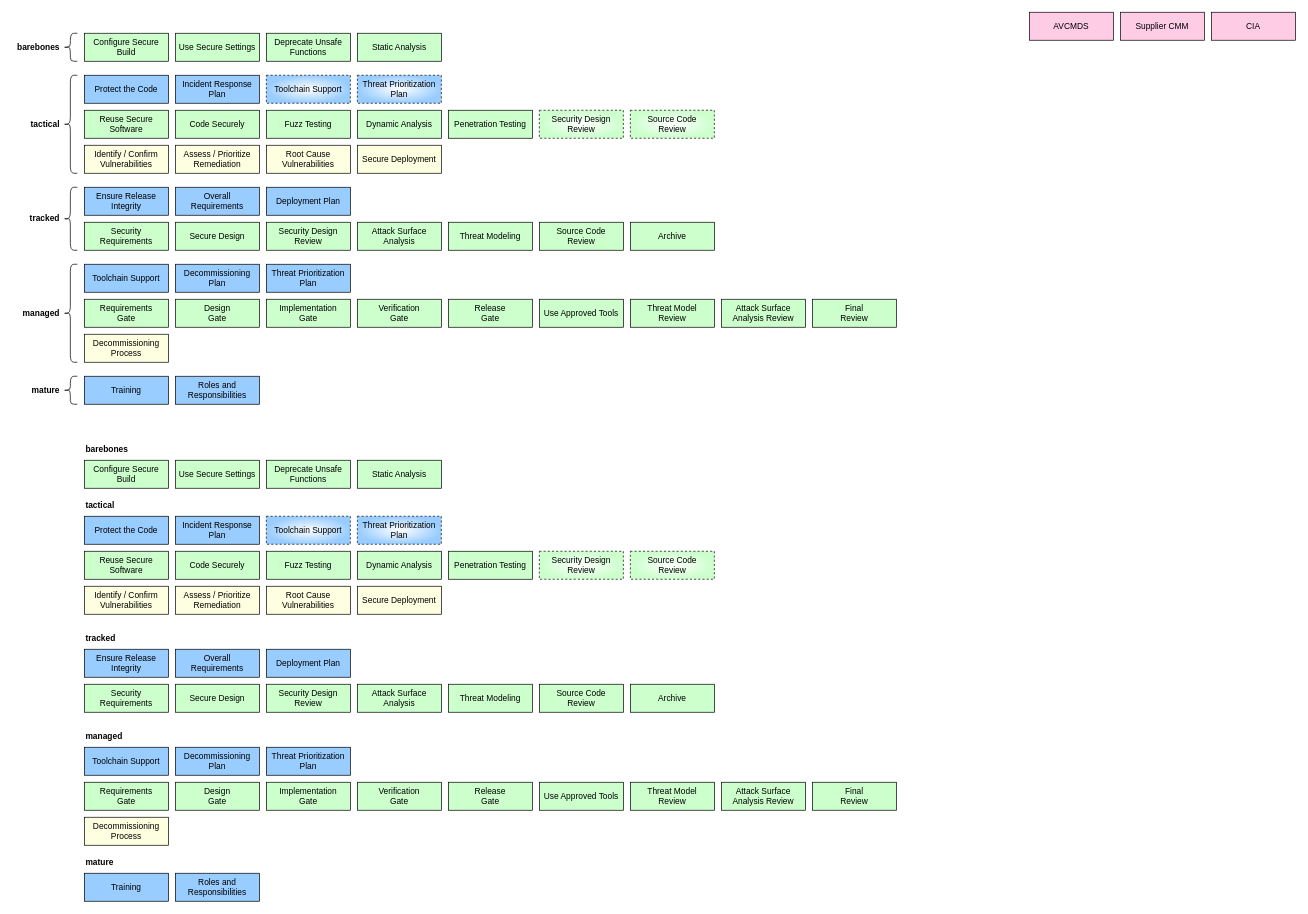
nutonomy/AVCDL keeps this draw.io diagram as page "buckets" (1 of 4) of source/reference_documents/elaboration_documents/Incremental AVCDL Adoption/images/source/incremental adoption.drawio. Above is the earlier version. Source tidied: cells renumbered, new cells numbered last; positions are measured from the earlier drawing's top-left corner, leaving out a move shared by most shapes. Both pictures are drawn from the tidied source at 70%, with x=0, y=0 at pixel (12, 12).
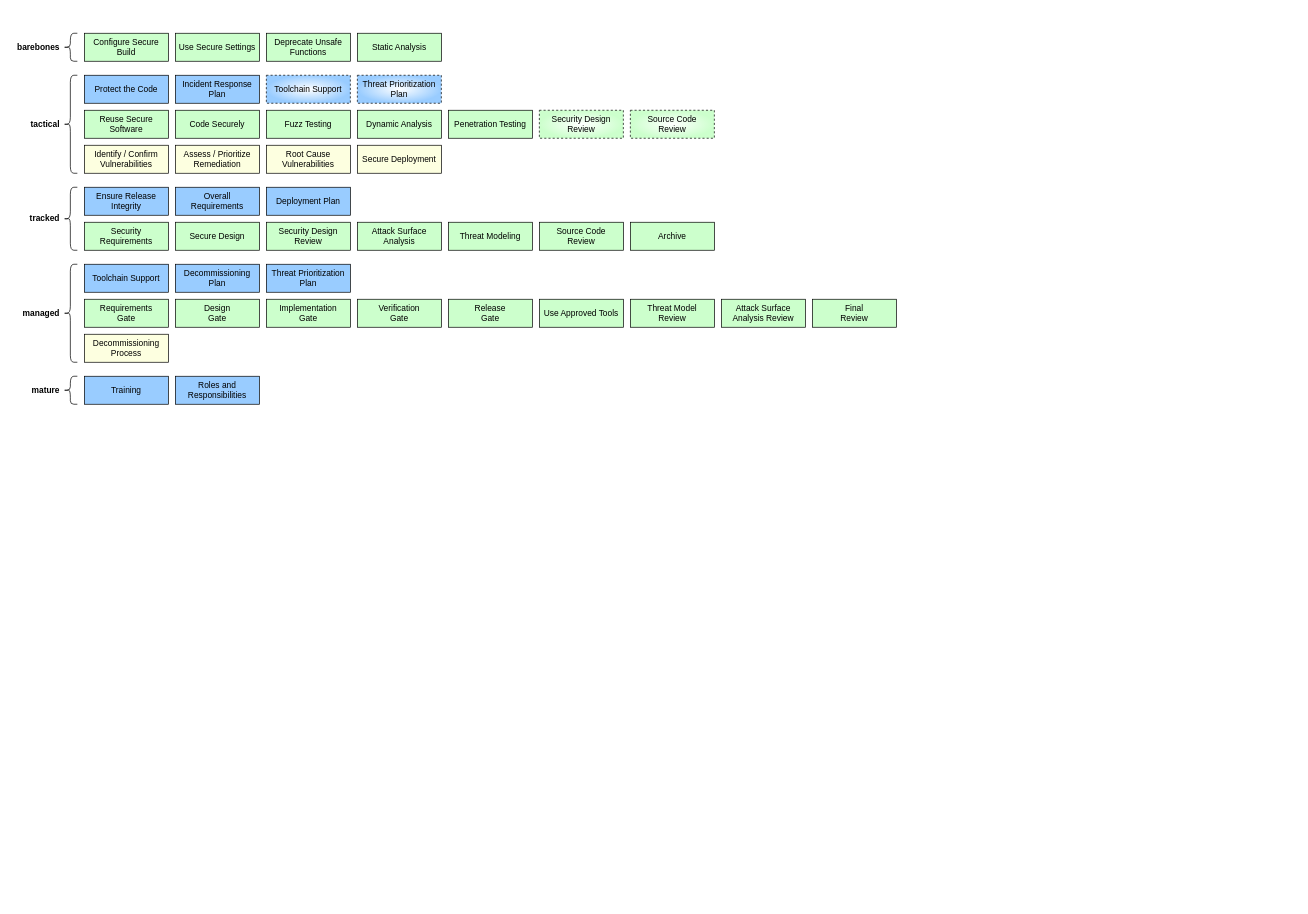
The same diagram, later.

Commit message (it also covers changes not shown here):
updated incremental adoption source diagram (split top / left labels) / generated 300dpi images for spectrum and full left label images

Change to the diagram source:
```diff
@@
-    <mxCell id="47" value="AVCMDS" style="rounded=0;whiteSpace=wrap;html=1;fillColor=#FFCCE6;" parent="1" vertex="1">
-      <mxGeometry x="1453" width="120" height="40" as="geometry" />
-    </mxCell>
-    <mxCell id="48" value="CIA" style="rounded=0;whiteSpace=wrap;html=1;fillColor=#FFCCE6;" parent="1" vertex="1">
-      <mxGeometry x="1713" width="120" height="40" as="geometry" />
-    </mxCell>
-    <mxCell id="49" value="Supplier CMM" style="rounded=0;whiteSpace=wrap;html=1;fillColor=#FFCCE6;" parent="1" vertex="1">
-      <mxGeometry x="1583" width="120" height="40" as="geometry" />
-    </mxCell>
@@
-    <mxCell id="59" value="Roles and Responsibilities" style="rounded=0;whiteSpace=wrap;html=1;fillColor=#99CCFF;" parent="1" vertex="1">
-      <mxGeometry x="233" y="1230" width="120" height="40" as="geometry" />
-    </mxCell>
-    <mxCell id="60" value="&lt;b&gt;barebones&lt;/b&gt;" style="text;html=1;strokeColor=none;fillColor=none;align=left;verticalAlign=middle;whiteSpace=wrap;rounded=0;" parent="1" vertex="1">
-      <mxGeometry x="103" y="610" width="70" height="30" as="geometry" />
-    </mxCell>
-    <mxCell id="61" value="Training" style="rounded=0;whiteSpace=wrap;html=1;fillColor=#99CCFF;" parent="1" vertex="1">
-      <mxGeometry x="103" y="1230" width="120" height="40" as="geometry" />
-    </mxCell>
-    <mxCell id="62" value="Toolchain Support" style="rounded=0;whiteSpace=wrap;html=1;fillColor=#99CCFF;" parent="1" vertex="1">
-      <mxGeometry x="103" y="1050" width="120" height="40" as="geometry" />
-    </mxCell>
-    <mxCell id="63" value="Overall&lt;br&gt;Requirements" style="rounded=0;whiteSpace=wrap;html=1;fillColor=#99CCFF;" parent="1" vertex="1">
-      <mxGeometry x="233" y="910" width="120" height="40" as="geometry" />
-    </mxCell>
-    <mxCell id="64" value="Protect the Code" style="rounded=0;whiteSpace=wrap;html=1;fillColor=#99CCFF;" parent="1" vertex="1">
-      <mxGeometry x="103" y="720" width="120" height="40" as="geometry" />
-    </mxCell>
-    <mxCell id="65" value="Ensure Release Integrity" style="rounded=0;whiteSpace=wrap;html=1;fillColor=#99CCFF;" parent="1" vertex="1">
-      <mxGeometry x="103" y="910" width="120" height="40" as="geometry" />
-    </mxCell>
-    <mxCell id="66" value="Incident Response Plan" style="rounded=0;whiteSpace=wrap;html=1;fillColor=#99CCFF;" parent="1" vertex="1">
-      <mxGeometry x="233" y="720" width="120" height="40" as="geometry" />
-    </mxCell>
-    <mxCell id="67" value="Decommissioning Plan" style="rounded=0;whiteSpace=wrap;html=1;fillColor=#99CCFF;" parent="1" vertex="1">
-      <mxGeometry x="233" y="1050" width="120" height="40" as="geometry" />
-    </mxCell>
-    <mxCell id="68" value="Threat Prioritization Plan" style="rounded=0;whiteSpace=wrap;html=1;fillColor=#99CCFF;" parent="1" vertex="1">
-      <mxGeometry x="363" y="1050" width="120" height="40" as="geometry" />
-    </mxCell>
-    <mxCell id="69" value="Deployment Plan" style="rounded=0;whiteSpace=wrap;html=1;fillColor=#99CCFF;" parent="1" vertex="1">
-      <mxGeometry x="363" y="910" width="120" height="40" as="geometry" />
-    </mxCell>
-    <mxCell id="70" value="Security&lt;br&gt;Requirements" style="rounded=0;whiteSpace=wrap;html=1;fillColor=#CCFFCC;" parent="1" vertex="1">
-      <mxGeometry x="103" y="960" width="120" height="40" as="geometry" />
-    </mxCell>
-    <mxCell id="71" value="Secure Design" style="rounded=0;whiteSpace=wrap;html=1;fillColor=#CCFFCC;" parent="1" vertex="1">
-      <mxGeometry x="233" y="960" width="120" height="40" as="geometry" />
-    </mxCell>
-    <mxCell id="72" value="Security Design Review" style="rounded=0;whiteSpace=wrap;html=1;fillColor=#CCFFCC;" parent="1" vertex="1">
-      <mxGeometry x="363" y="960" width="120" height="40" as="geometry" />
-    </mxCell>
-    <mxCell id="73" value="Attack Surface Analysis" style="rounded=0;whiteSpace=wrap;html=1;fillColor=#CCFFCC;" parent="1" vertex="1">
-      <mxGeometry x="493" y="960" width="120" height="40" as="geometry" />
-    </mxCell>
-    <mxCell id="74" value="Threat Modeling" style="rounded=0;whiteSpace=wrap;html=1;fillColor=#CCFFCC;" parent="1" vertex="1">
-      <mxGeometry x="623" y="960" width="120" height="40" as="geometry" />
-    </mxCell>
-    <mxCell id="75" value="Requirements&lt;br&gt;Gate" style="rounded=0;whiteSpace=wrap;html=1;fillColor=#CCFFCC;" parent="1" vertex="1">
-      <mxGeometry x="103" y="1100" width="120" height="40" as="geometry" />
-    </mxCell>
-    <mxCell id="76" value="Design&lt;br&gt;Gate" style="rounded=0;whiteSpace=wrap;html=1;fillColor=#CCFFCC;" parent="1" vertex="1">
-      <mxGeometry x="233" y="1100" width="120" height="40" as="geometry" />
-    </mxCell>
-    <mxCell id="77" value="Implementation&lt;br&gt;Gate" style="rounded=0;whiteSpace=wrap;html=1;fillColor=#CCFFCC;" parent="1" vertex="1">
-      <mxGeometry x="363" y="1100" width="120" height="40" as="geometry" />
-    </mxCell>
-    <mxCell id="78" value="Verification&lt;br&gt;Gate" style="rounded=0;whiteSpace=wrap;html=1;fillColor=#CCFFCC;" parent="1" vertex="1">
-      <mxGeometry x="493" y="1100" width="120" height="40" as="geometry" />
-    </mxCell>
-    <mxCell id="79" value="Release&lt;br&gt;Gate" style="rounded=0;whiteSpace=wrap;html=1;fillColor=#CCFFCC;" parent="1" vertex="1">
-      <mxGeometry x="623" y="1100" width="120" height="40" as="geometry" />
-    </mxCell>
-    <mxCell id="80" value="Configure Secure Build" style="rounded=0;whiteSpace=wrap;html=1;fillColor=#CCFFCC;" parent="1" vertex="1">
-      <mxGeometry x="103" y="640" width="120" height="40" as="geometry" />
-    </mxCell>
-    <mxCell id="81" value="Use Secure Settings" style="rounded=0;whiteSpace=wrap;html=1;fillColor=#CCFFCC;" parent="1" vertex="1">
-      <mxGeometry x="233" y="640" width="120" height="40" as="geometry" />
-    </mxCell>
-    <mxCell id="82" value="Code Securely" style="rounded=0;whiteSpace=wrap;html=1;fillColor=#CCFFCC;" parent="1" vertex="1">
-      <mxGeometry x="233" y="770" width="120" height="40" as="geometry" />
-    </mxCell>
-    <mxCell id="83" value="Deprecate Unsafe Functions" style="rounded=0;whiteSpace=wrap;html=1;fillColor=#CCFFCC;" parent="1" vertex="1">
-      <mxGeometry x="363" y="640" width="120" height="40" as="geometry" />
-    </mxCell>
-    <mxCell id="84" value="Static Analysis" style="rounded=0;whiteSpace=wrap;html=1;fillColor=#CCFFCC;" parent="1" vertex="1">
-      <mxGeometry x="493" y="640" width="120" height="40" as="geometry" />
-    </mxCell>
-    <mxCell id="85" value="Dynamic Analysis" style="rounded=0;whiteSpace=wrap;html=1;fillColor=#CCFFCC;" parent="1" vertex="1">
-      <mxGeometry x="493" y="770" width="120" height="40" as="geometry" />
-    </mxCell>
-    <mxCell id="86" value="Fuzz Testing" style="rounded=0;whiteSpace=wrap;html=1;fillColor=#CCFFCC;" parent="1" vertex="1">
-      <mxGeometry x="363" y="770" width="120" height="40" as="geometry" />
-    </mxCell>
-    <mxCell id="87" value="Source Code&lt;br&gt;Review" style="rounded=0;whiteSpace=wrap;html=1;fillColor=#CCFFCC;" parent="1" vertex="1">
-      <mxGeometry x="753" y="960" width="120" height="40" as="geometry" />
-    </mxCell>
-    <mxCell id="88" value="Penetration Testing" style="rounded=0;whiteSpace=wrap;html=1;fillColor=#CCFFCC;" parent="1" vertex="1">
-      <mxGeometry x="623" y="770" width="120" height="40" as="geometry" />
-    </mxCell>
-    <mxCell id="89" value="Archive" style="rounded=0;whiteSpace=wrap;html=1;fillColor=#CCFFCC;" parent="1" vertex="1">
-      <mxGeometry x="883" y="960" width="120" height="40" as="geometry" />
-    </mxCell>
-    <mxCell id="90" value="Identify / Confirm Vulnerabilities" style="rounded=0;whiteSpace=wrap;html=1;fillColor=#FDFFE0;" parent="1" vertex="1">
-      <mxGeometry x="103" y="820" width="120" height="40" as="geometry" />
-    </mxCell>
-    <mxCell id="91" value="Assess / Prioritize Remediation" style="rounded=0;whiteSpace=wrap;html=1;fillColor=#FDFFE0;" parent="1" vertex="1">
-      <mxGeometry x="233" y="820" width="120" height="40" as="geometry" />
-    </mxCell>
-    <mxCell id="92" value="Root Cause Vulnerabilities" style="rounded=0;whiteSpace=wrap;html=1;fillColor=#FDFFE0;" parent="1" vertex="1">
-      <mxGeometry x="363" y="820" width="120" height="40" as="geometry" />
-    </mxCell>
-    <mxCell id="93" value="Decommissioning Process" style="rounded=0;whiteSpace=wrap;html=1;fillColor=#FDFFE0;" parent="1" vertex="1">
-      <mxGeometry x="103" y="1150" width="120" height="40" as="geometry" />
-    </mxCell>
-    <mxCell id="94" value="&lt;b&gt;tactical&lt;/b&gt;" style="text;html=1;strokeColor=none;fillColor=none;align=left;verticalAlign=middle;whiteSpace=wrap;rounded=0;" parent="1" vertex="1">
-      <mxGeometry x="103" y="690" width="70" height="30" as="geometry" />
-    </mxCell>
-    <mxCell id="95" value="&lt;b&gt;tracked&lt;/b&gt;" style="text;html=1;strokeColor=none;fillColor=none;align=left;verticalAlign=middle;whiteSpace=wrap;rounded=0;" parent="1" vertex="1">
-      <mxGeometry x="103" y="880" width="70" height="30" as="geometry" />
-    </mxCell>
-    <mxCell id="96" value="&lt;b&gt;managed&lt;/b&gt;" style="text;html=1;strokeColor=none;fillColor=none;align=left;verticalAlign=middle;whiteSpace=wrap;rounded=0;" parent="1" vertex="1">
-      <mxGeometry x="103" y="1020" width="70" height="30" as="geometry" />
-    </mxCell>
-    <mxCell id="97" value="&lt;b&gt;mature&lt;/b&gt;" style="text;html=1;strokeColor=none;fillColor=none;align=left;verticalAlign=middle;whiteSpace=wrap;rounded=0;" parent="1" vertex="1">
-      <mxGeometry x="103" y="1200" width="70" height="30" as="geometry" />
-    </mxCell>
-    <mxCell id="98" value="Reuse Secure Software" style="rounded=0;whiteSpace=wrap;html=1;fillColor=#CCFFCC;" parent="1" vertex="1">
-      <mxGeometry x="103" y="770" width="120" height="40" as="geometry" />
-    </mxCell>
-    <mxCell id="99" value="Secure Deployment" style="rounded=0;whiteSpace=wrap;html=1;fillColor=#FDFFE0;" parent="1" vertex="1">
-      <mxGeometry x="493" y="820" width="120" height="40" as="geometry" />
-    </mxCell>
-    <mxCell id="100" value="Security Design Review" style="rounded=0;whiteSpace=wrap;html=1;fillColor=#FFFFFF;labelBorderColor=none;dashed=1;gradientColor=#CCFFCC;gradientDirection=radial;" parent="1" vertex="1">
-      <mxGeometry x="753" y="770" width="120" height="40" as="geometry" />
-    </mxCell>
-    <mxCell id="101" value="Source Code&lt;br&gt;Review" style="rounded=0;whiteSpace=wrap;html=1;fillColor=#FFFFFF;labelBorderColor=none;dashed=1;gradientColor=#CCFFCC;gradientDirection=radial;" parent="1" vertex="1">
-      <mxGeometry x="883" y="770" width="120" height="40" as="geometry" />
-    </mxCell>
-    <mxCell id="102" value="Threat Prioritization Plan" style="rounded=0;whiteSpace=wrap;html=1;fillColor=#FFFFFF;dashed=1;gradientColor=#99CCFF;gradientDirection=radial;" parent="1" vertex="1">
-      <mxGeometry x="493" y="720" width="120" height="40" as="geometry" />
-    </mxCell>
-    <mxCell id="103" value="Toolchain Support" style="rounded=0;whiteSpace=wrap;html=1;fillColor=#FFFFFF;dashed=1;gradientColor=#99CCFF;gradientDirection=radial;" parent="1" vertex="1">
-      <mxGeometry x="363" y="720" width="120" height="40" as="geometry" />
-    </mxCell>
-    <mxCell id="104" value="Use Approved Tools" style="rounded=0;whiteSpace=wrap;html=1;fillColor=#CCFFCC;" parent="1" vertex="1">
-      <mxGeometry x="753" y="1100" width="120" height="40" as="geometry" />
-    </mxCell>
-    <mxCell id="105" value="Attack Surface Analysis Review" style="rounded=0;whiteSpace=wrap;html=1;fillColor=#CCFFCC;" parent="1" vertex="1">
-      <mxGeometry x="1013" y="1100" width="120" height="40" as="geometry" />
-    </mxCell>
-    <mxCell id="106" value="Threat Model&lt;br&gt;Review" style="rounded=0;whiteSpace=wrap;html=1;fillColor=#CCFFCC;" parent="1" vertex="1">
-      <mxGeometry x="883" y="1100" width="120" height="40" as="geometry" />
-    </mxCell>
-    <mxCell id="107" value="Final&lt;br&gt;Review" style="rounded=0;whiteSpace=wrap;html=1;fillColor=#CCFFCC;" parent="1" vertex="1">
-      <mxGeometry x="1143" y="1100" width="120" height="40" as="geometry" />
-    </mxCell>
```
